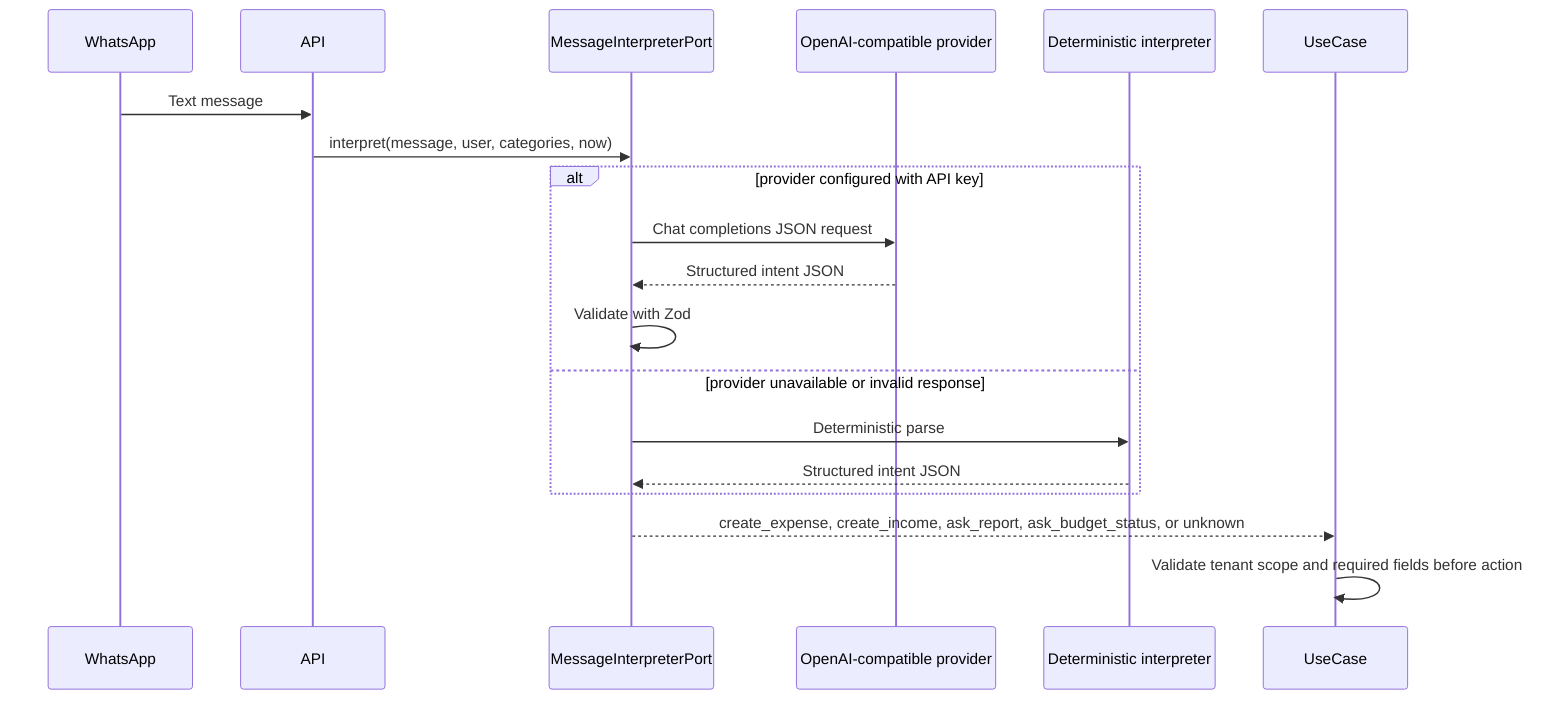
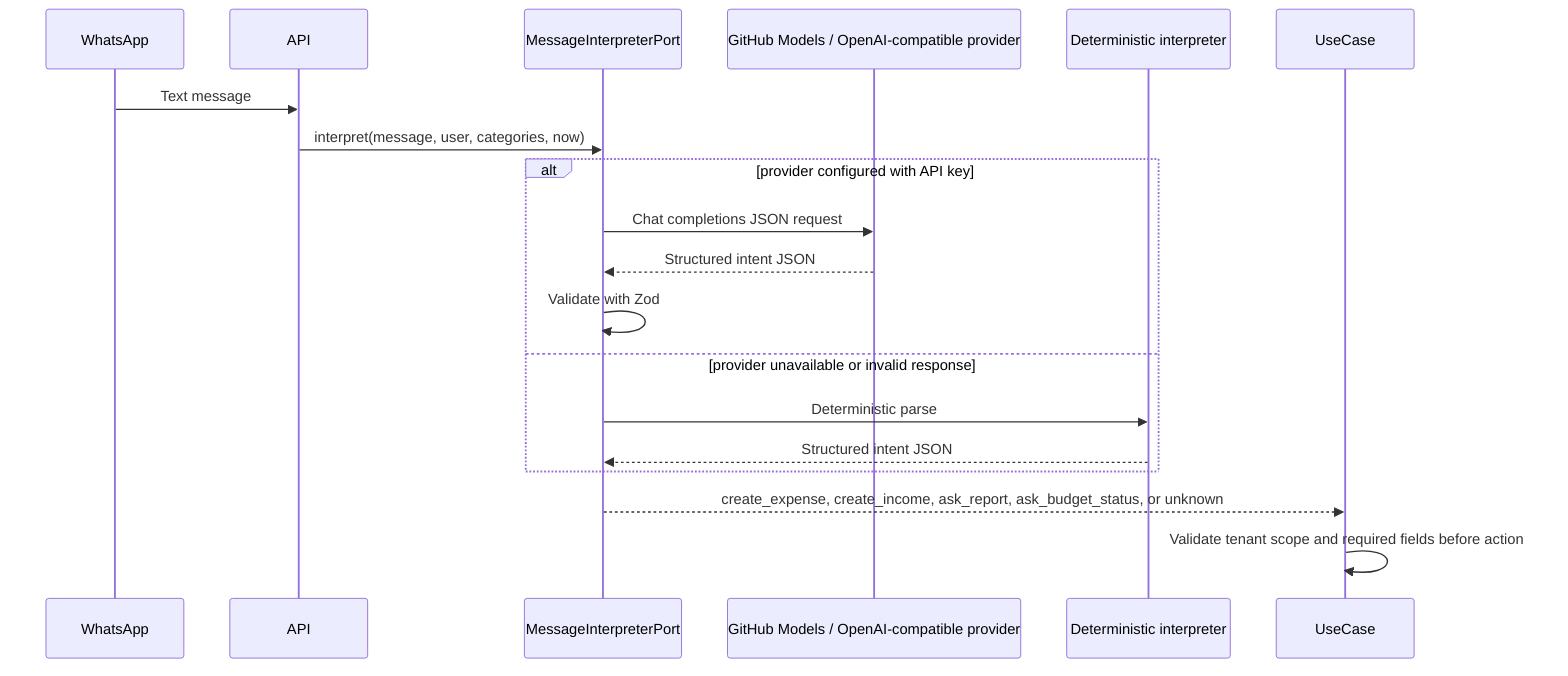
sequenceDiagram
  participant WhatsApp
  participant API
  participant Port as MessageInterpreterPort
-   participant LLM as OpenAI-compatible provider
+   participant LLM as GitHub Models / OpenAI-compatible provider
  participant Fallback as Deterministic interpreter
  participant UseCase
  WhatsApp->>API: Text message
  API->>Port: interpret(message, user, categories, now)
  alt provider configured with API key
    Port->>LLM: Chat completions JSON request
    LLM-->>Port: Structured intent JSON
    Port->>Port: Validate with Zod
  else provider unavailable or invalid response
    Port->>Fallback: Deterministic parse
    Fallback-->>Port: Structured intent JSON
  end
  Port-->>UseCase: create_expense, create_income, ask_report, ask_budget_status, or unknown
  UseCase->>UseCase: Validate tenant scope and required fields before action
